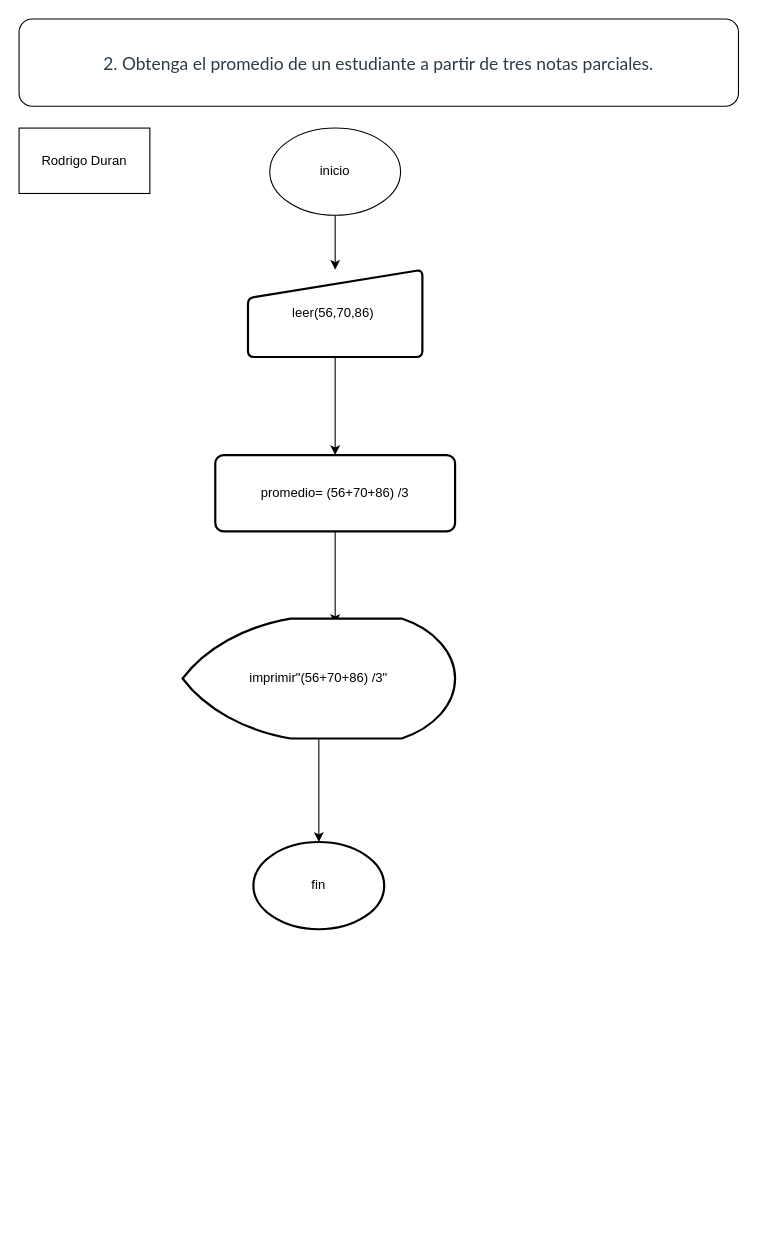
This is page "Page-2" (2 of 3) of Untitled Diagram.drawio from 12RodrigoDuran/Formula, a draw.io file, before an edit. Source tidied: cells renumbered, new cells numbered last; positions are measured from the earlier drawing's top-left corner, leaving out a move shared by most shapes. Both pictures are drawn from the tidied source at 109%, with x=0, y=0 at pixel (19, 19).
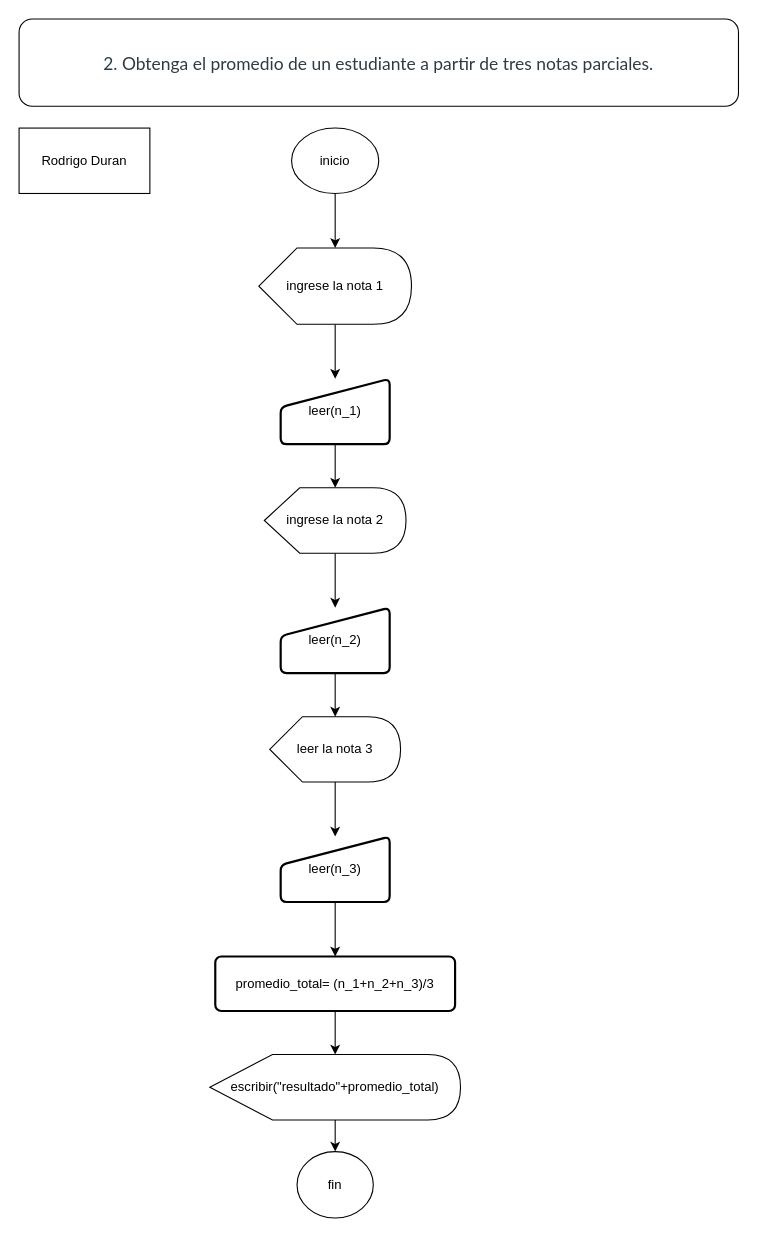
The same page after the edit.

The edit, as a diff of the source:
```diff
@@
-    <mxCell id="3" style="edgeStyle=orthogonalEdgeStyle;rounded=0;jettySize=auto;html=1;" parent="1" edge="1" source="4" target="6">
-      <mxGeometry relative="1" as="geometry" />
-    </mxCell>
+    <mxCell id="13" style="edgeStyle=orthogonalEdgeStyle;rounded=0;jettySize=auto;html=1;" parent="1" edge="1" source="4" target="15">
+      <mxGeometry relative="1" as="geometry" />
+    </mxCell>
     <mxCell id="4" value="inicio" style="ellipse;whiteSpace=wrap;html=1;" parent="1" vertex="1">
-      <mxGeometry x="230" y="100" width="120" height="80" as="geometry" />
+      <mxGeometry x="250" y="100" width="80" height="60" as="geometry" />
     </mxCell>
-    <mxCell id="5" style="edgeStyle=orthogonalEdgeStyle;rounded=0;jettySize=auto;html=1;" parent="1" edge="1" source="6" target="8">
-      <mxGeometry relative="1" as="geometry" />
-    </mxCell>
-    <mxCell id="6" value="leer(56,70,86)&amp;nbsp;" style="html=1;strokeWidth=2;shape=manualInput;whiteSpace=wrap;rounded=1;size=26;arcSize=11;" parent="1" vertex="1">
-      <mxGeometry x="210" y="230" width="160" height="80" as="geometry" />
-    </mxCell>
-    <mxCell id="7" style="edgeStyle=orthogonalEdgeStyle;rounded=0;jettySize=auto;html=1;" parent="1" edge="1" source="8">
-      <mxGeometry relative="1" as="geometry">
-        <mxPoint x="290" y="555" as="targetPoint" />
-      </mxGeometry>
-    </mxCell>
-    <mxCell id="8" value="promedio= (56+70+86) /3" style="whiteSpace=wrap;html=1;rounded=1;strokeWidth=2;arcSize=11;" parent="1" vertex="1">
-      <mxGeometry x="180" y="400" width="220" height="70" as="geometry" />
-    </mxCell>
-    <mxCell id="9" style="edgeStyle=orthogonalEdgeStyle;rounded=0;jettySize=auto;html=1;" parent="1" edge="1" source="10" target="11">
-      <mxGeometry relative="1" as="geometry" />
-    </mxCell>
-    <mxCell id="10" value="imprimir&quot;(56+70+86) /3&quot;" style="strokeWidth=2;html=1;shape=mxgraph.flowchart.display;whiteSpace=wrap;" parent="1" vertex="1">
-      <mxGeometry x="150" y="550" width="250" height="110" as="geometry" />
-    </mxCell>
+    <mxCell id="12" value="Rodrigo Duran" style="rounded=0;whiteSpace=wrap;html=1;" parent="1" vertex="1">
+      <mxGeometry y="100" width="120" height="60" as="geometry" />
+    </mxCell>
+    <mxCell id="14" style="edgeStyle=orthogonalEdgeStyle;rounded=0;jettySize=auto;html=1;" parent="1" edge="1" source="15" target="17">
+      <mxGeometry relative="1" as="geometry" />
+    </mxCell>
+    <mxCell id="15" value="ingrese la nota 1" style="shape=display;whiteSpace=wrap;html=1;" parent="1" vertex="1">
+      <mxGeometry x="220" y="210" width="140" height="70" as="geometry" />
+    </mxCell>
+    <mxCell id="16" style="edgeStyle=orthogonalEdgeStyle;rounded=0;jettySize=auto;html=1;" parent="1" edge="1" source="17" target="19">
+      <mxGeometry relative="1" as="geometry" />
+    </mxCell>
+    <mxCell id="17" value="leer(n_1)" style="html=1;strokeWidth=2;shape=manualInput;whiteSpace=wrap;rounded=1;size=26;arcSize=11;" parent="1" vertex="1">
+      <mxGeometry x="240" y="330" width="100" height="60" as="geometry" />
+    </mxCell>
+    <mxCell id="18" style="edgeStyle=orthogonalEdgeStyle;rounded=0;jettySize=auto;html=1;" parent="1" edge="1" source="19" target="21">
+      <mxGeometry relative="1" as="geometry" />
+    </mxCell>
+    <mxCell id="19" value="ingrese la nota 2" style="shape=display;whiteSpace=wrap;html=1;" parent="1" vertex="1">
+      <mxGeometry x="225" y="430" width="130" height="60" as="geometry" />
+    </mxCell>
+    <mxCell id="20" style="edgeStyle=orthogonalEdgeStyle;rounded=0;jettySize=auto;html=1;" parent="1" edge="1" source="21" target="23">
+      <mxGeometry relative="1" as="geometry" />
+    </mxCell>
+    <mxCell id="21" value="leer(n_2)" style="html=1;strokeWidth=2;shape=manualInput;whiteSpace=wrap;rounded=1;size=26;arcSize=11;" parent="1" vertex="1">
+      <mxGeometry x="240" y="540" width="100" height="60" as="geometry" />
+    </mxCell>
+    <mxCell id="22" style="edgeStyle=orthogonalEdgeStyle;rounded=0;jettySize=auto;html=1;" parent="1" edge="1" source="23" target="25">
+      <mxGeometry relative="1" as="geometry" />
+    </mxCell>
+    <mxCell id="23" value="leer la nota 3" style="shape=display;whiteSpace=wrap;html=1;" parent="1" vertex="1">
+      <mxGeometry x="230" y="640" width="120" height="60" as="geometry" />
+    </mxCell>
+    <mxCell id="24" style="edgeStyle=orthogonalEdgeStyle;rounded=0;jettySize=auto;html=1;" parent="1" edge="1" source="25" target="27">
+      <mxGeometry relative="1" as="geometry" />
+    </mxCell>
+    <mxCell id="25" value="leer(n_3)" style="html=1;strokeWidth=2;shape=manualInput;whiteSpace=wrap;rounded=1;size=26;arcSize=11;" parent="1" vertex="1">
+      <mxGeometry x="240" y="750" width="100" height="60" as="geometry" />
+    </mxCell>
+    <mxCell id="26" style="edgeStyle=orthogonalEdgeStyle;rounded=0;jettySize=auto;html=1;" parent="1" edge="1" source="27" target="29">
+      <mxGeometry relative="1" as="geometry" />
+    </mxCell>
+    <mxCell id="27" value="promedio_total= (n_1+n_2+n_3)/3" style="whiteSpace=wrap;html=1;rounded=1;strokeWidth=2;arcSize=11;" parent="1" vertex="1">
+      <mxGeometry x="180" y="860" width="220" height="50" as="geometry" />
+    </mxCell>
+    <mxCell id="28" style="edgeStyle=orthogonalEdgeStyle;rounded=0;jettySize=auto;html=1;" parent="1" edge="1" source="29" target="11">
+      <mxGeometry relative="1" as="geometry" />
+    </mxCell>
+    <mxCell id="29" value="escribir(&quot;resultado&quot;+promedio_total)" style="shape=display;whiteSpace=wrap;html=1;" parent="1" vertex="1">
+      <mxGeometry x="175" y="950" width="230" height="60" as="geometry" />
+    </mxCell>
-    <mxCell id="11" value="fin" style="ellipse;whiteSpace=wrap;html=1;strokeWidth=2;" parent="1" vertex="1">
-      <mxGeometry x="215" y="755" width="120" height="80" as="geometry" />
+    <mxCell id="11" value="fin" style="ellipse;whiteSpace=wrap;html=1;" parent="1" vertex="1">
+      <mxGeometry x="255" y="1039" width="70" height="61" as="geometry" />
     </mxCell>
-    <mxCell id="12" value="Rodrigo Duran" style="rounded=0;whiteSpace=wrap;html=1;" parent="1" vertex="1">
-      <mxGeometry y="100" width="120" height="60" as="geometry" />
-    </mxCell>
```
